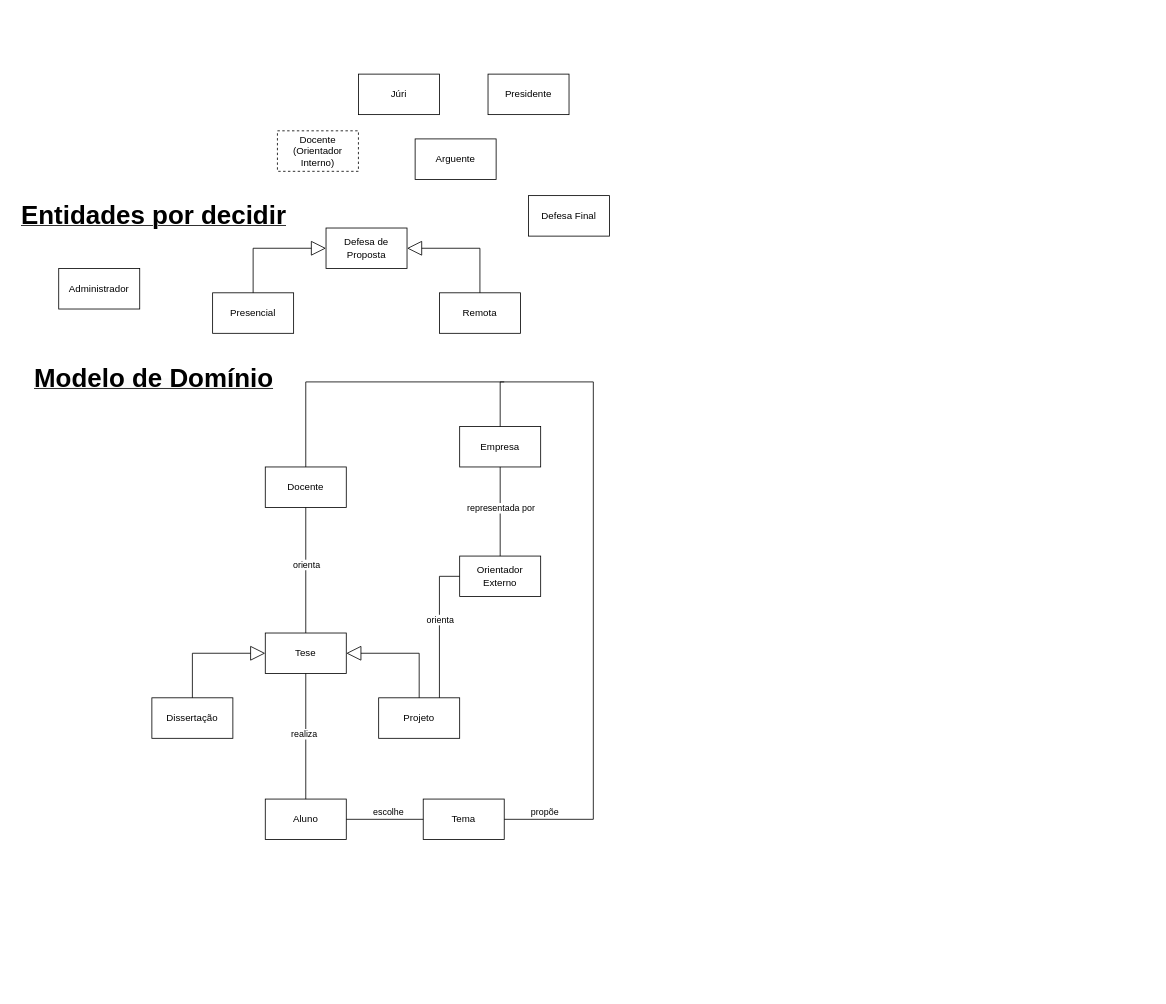
Before: docs/DomainModel.drawio in Sapientia-PT/thesisman, a draw.io diagram. Source tidied: cells renumbered, new cells numbered last; positions are measured from the earlier drawing's top-left corner, leaving out a move shared by most shapes. Both pictures are drawn from the tidied source at 81%, with x=0, y=0 at pixel (14, 74).
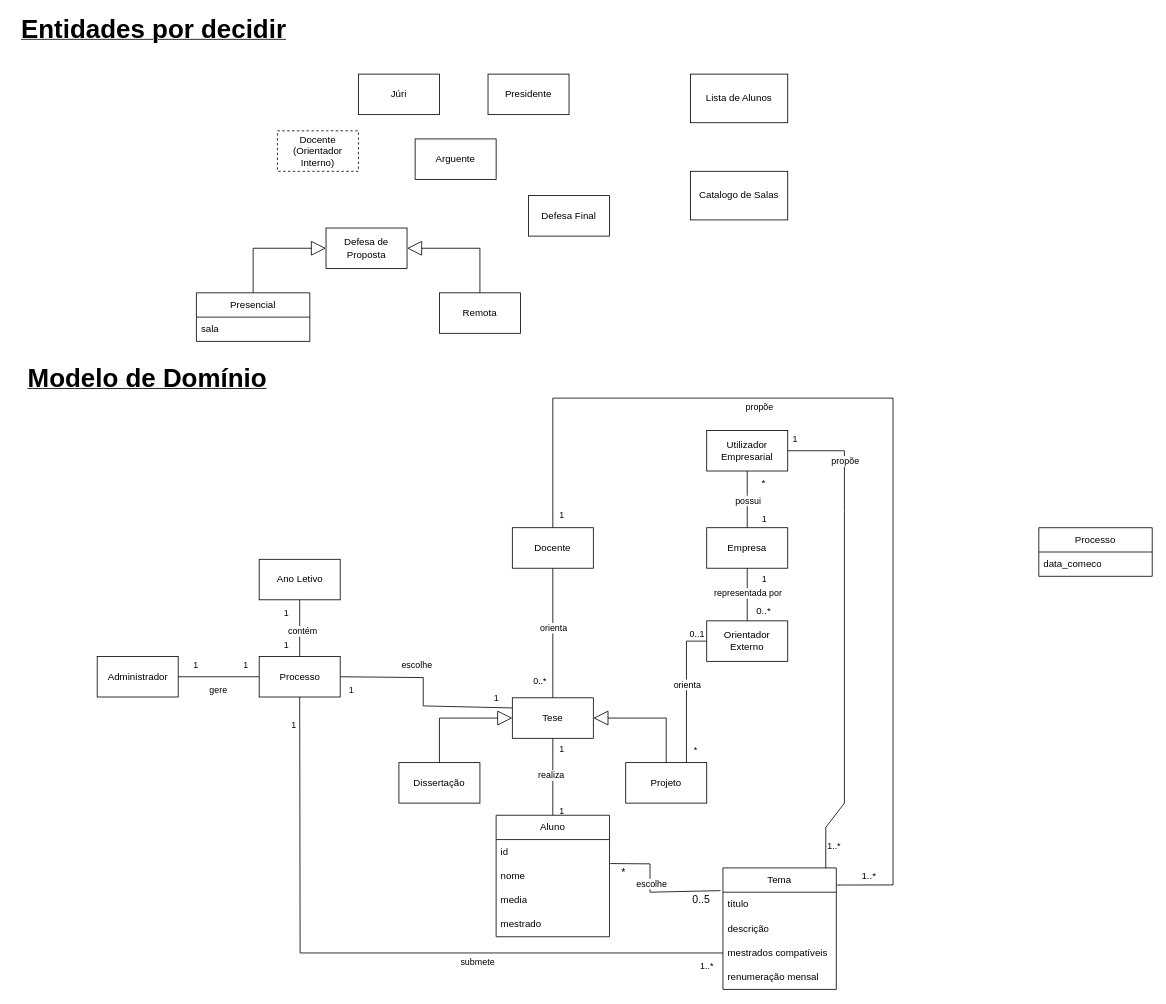
The same page after the edit.

Commit message:
avanços no domínio

Unchanged cells that the change refers to:
```xml
<mxCell id="16" style="endArrow=none;html=1;rounded=0;entryX=0.5;entryY=1;entryDx=0;entryDy=0;exitX=0.5;exitY=0;exitDx=0;exitDy=0;" parent="1" edge="1" source="2" target="9">
  <mxGeometry relative="1" as="geometry" />
</mxCell>
<mxCell id="21" style="endArrow=none;html=1;rounded=0;entryX=0.5;entryY=1;entryDx=0;entryDy=0;exitX=0.5;exitY=0;exitDx=0;exitDy=0;" parent="1" edge="1" source="18" target="10">
  <mxGeometry relative="1" as="geometry" />
</mxCell>
<mxCell id="23" style="endArrow=none;html=1;rounded=0;entryX=0.5;entryY=1;entryDx=0;entryDy=0;exitX=0.5;exitY=0;exitDx=0;exitDy=0;" parent="1" edge="1" source="7" target="2">
  <mxGeometry relative="1" as="geometry" />
</mxCell>
```

The edit, as a diff of the source:
```diff
@@
     <mxCell id="2" value="Tese" style="html=1;whiteSpace=wrap;" parent="1" vertex="1">
-      <mxGeometry x="310" y="690" width="100" height="50" as="geometry" />
+      <mxGeometry x="615" y="770" width="100" height="50" as="geometry" />
     </mxCell>
     <mxCell id="3" value="Dissertação" style="html=1;whiteSpace=wrap;" parent="1" vertex="1">
-      <mxGeometry x="170" y="770" width="100" height="50" as="geometry" />
+      <mxGeometry x="475" y="850" width="100" height="50" as="geometry" />
     </mxCell>
     <mxCell id="4" style="endArrow=block;endSize=16;endFill=0;html=1;rounded=0;entryX=0;entryY=0.5;entryDx=0;entryDy=0;exitX=0.5;exitY=0;exitDx=0;exitDy=0;" parent="1" edge="1" source="3" target="2">
       <mxGeometry relative="1" as="geometry">
         <Array as="points">
-          <mxPoint x="220" y="715" />
+          <mxPoint x="525" y="795" />
         </Array>
       </mxGeometry>
     </mxCell>
     <mxCell id="5" value="Projeto" style="html=1;whiteSpace=wrap;" parent="1" vertex="1">
-      <mxGeometry x="450" y="770" width="100" height="50" as="geometry" />
+      <mxGeometry x="755" y="850" width="100" height="50" as="geometry" />
     </mxCell>
     <mxCell id="6" style="endArrow=block;endSize=16;endFill=0;html=1;rounded=0;entryX=1;entryY=0.5;entryDx=0;entryDy=0;exitX=0.5;exitY=0;exitDx=0;exitDy=0;" parent="1" edge="1" source="5" target="2">
       <mxGeometry relative="1" as="geometry">
         <Array as="points">
-          <mxPoint x="500" y="715" />
+          <mxPoint x="805" y="795" />
         </Array>
       </mxGeometry>
     </mxCell>
-    <mxCell id="7" value="Aluno" style="rounded=0;whiteSpace=wrap;html=1;" parent="1" vertex="1">
-      <mxGeometry x="310" y="895" width="100" height="50" as="geometry" />
-    </mxCell>
     <mxCell id="8" value="Administrador" style="rounded=0;whiteSpace=wrap;html=1;" parent="1" vertex="1">
-      <mxGeometry x="55" y="240" width="100" height="50" as="geometry" />
+      <mxGeometry x="102.5" y="719" width="100" height="50" as="geometry" />
     </mxCell>
     <mxCell id="9" value="Docente" style="rounded=0;whiteSpace=wrap;html=1;" parent="1" vertex="1">
-      <mxGeometry x="310" y="485" width="100" height="50" as="geometry" />
+      <mxGeometry x="615" y="560" width="100" height="50" as="geometry" />
     </mxCell>
     <mxCell id="10" value="Empresa" style="rounded=0;whiteSpace=wrap;html=1;" parent="1" vertex="1">
-      <mxGeometry x="550" y="435" width="100" height="50" as="geometry" />
+      <mxGeometry x="855" y="560" width="100" height="50" as="geometry" />
     </mxCell>
@@
-    <mxCell id="12" value="Presencial" style="html=1;whiteSpace=wrap;" parent="1" vertex="1">
-      <mxGeometry x="245" y="270" width="100" height="50" as="geometry" />
-    </mxCell>
@@
+    <mxCell id="38" value="0..*" style="edgeLabel;html=1;align=center;verticalAlign=middle;" parent="16" vertex="1">
+      <mxGeometry x="-0.79" relative="1" as="geometry">
+        <mxPoint x="-17" y="-4" as="offset" />
+      </mxGeometry>
+    </mxCell>
     <mxCell id="18" value="Orientador Externo" style="rounded=0;whiteSpace=wrap;html=1;" parent="1" vertex="1">
-      <mxGeometry x="550" y="595" width="100" height="50" as="geometry" />
+      <mxGeometry x="855" y="675" width="100" height="50" as="geometry" />
     </mxCell>
     <mxCell id="19" style="endArrow=none;html=1;rounded=0;exitX=0.75;exitY=0;exitDx=0;exitDy=0;entryX=0;entryY=0.5;entryDx=0;entryDy=0;" parent="1" edge="1" source="5" target="18">
       <mxGeometry relative="1" as="geometry">
         <Array as="points">
-          <mxPoint x="525" y="620" />
+          <mxPoint x="830" y="700" />
         </Array>
       </mxGeometry>
     </mxCell>
@@
+    <mxCell id="39" value="0..1" style="edgeLabel;html=1;align=center;verticalAlign=middle;" parent="19" vertex="1">
+      <mxGeometry x="0.85" y="-2" relative="1" as="geometry">
+        <mxPoint y="-12" as="offset" />
+      </mxGeometry>
+    </mxCell>
+    <mxCell id="40" value="*" style="edgeLabel;html=1;align=center;verticalAlign=middle;" parent="19" vertex="1">
+      <mxGeometry x="-0.82" y="2" relative="1" as="geometry">
+        <mxPoint x="12" as="offset" />
+      </mxGeometry>
+    </mxCell>
@@
     <mxCell id="22" value="representada por" style="edgeLabel;html=1;align=center;verticalAlign=middle;" parent="21" vertex="1">
       <mxGeometry x="-0.18" y="-2" relative="1" as="geometry">
-        <mxPoint x="-2" y="-15" as="offset" />
+        <mxPoint x="-2" y="-8" as="offset" />
       </mxGeometry>
     </mxCell>
@@
+    <mxCell id="41" value="1" style="edgeLabel;html=1;align=center;verticalAlign=middle;" parent="23" vertex="1">
+      <mxGeometry x="-0.65" y="1" relative="1" as="geometry">
+        <mxPoint x="11" y="11" as="offset" />
+      </mxGeometry>
+    </mxCell>
+    <mxCell id="42" value="1" style="edgeLabel;html=1;align=center;verticalAlign=middle;" parent="23" vertex="1">
+      <mxGeometry x="0.74" y="-2" relative="1" as="geometry">
+        <mxPoint x="8" as="offset" />
+      </mxGeometry>
+    </mxCell>
     <mxCell id="25" value="&lt;u&gt;&lt;b&gt;&lt;font style=&quot;font-size: 32px;&quot;&gt;Entidades por decidir&lt;/font&gt;&lt;/b&gt;&lt;/u&gt;" style="text;html=1;align=center;verticalAlign=middle;whiteSpace=wrap;rounded=0;" parent="1" vertex="1">
-      <mxGeometry y="160" width="345" height="30" as="geometry" />
+      <mxGeometry y="-70" width="345" height="30" as="geometry" />
     </mxCell>
     <mxCell id="26" value="&lt;u style=&quot;color: rgb(0, 0, 0); font-family: Helvetica; font-size: 12px; font-style: normal; font-variant-ligatures: normal; font-variant-caps: normal; font-weight: 400; letter-spacing: normal; orphans: 2; text-align: center; text-indent: 0px; text-transform: none; widows: 2; word-spacing: 0px; -webkit-text-stroke-width: 0px; white-space: normal; background-color: rgb(251, 251, 251);&quot;&gt;&lt;b&gt;&lt;font style=&quot;font-size: 32px;&quot;&gt;Modelo de Domínio&lt;/font&gt;&lt;/b&gt;&lt;/u&gt;" style="text;whiteSpace=wrap;html=1;" parent="1" vertex="1">
-      <mxGeometry x="22.5" y="350" width="300" height="60" as="geometry" />
+      <mxGeometry x="15" y="350" width="300" height="60" as="geometry" />
     </mxCell>
@@
-    <mxCell id="29" value="Tema" style="html=1;whiteSpace=wrap;" parent="1" vertex="1">
-      <mxGeometry x="505" y="895" width="100" height="50" as="geometry" />
-    </mxCell>
-    <mxCell id="30" style="endArrow=none;html=1;rounded=0;entryX=0;entryY=0.5;entryDx=0;entryDy=0;exitX=1;exitY=0.5;exitDx=0;exitDy=0;" parent="1" edge="1" source="7" target="29">
-      <mxGeometry relative="1" as="geometry" />
+    <mxCell id="30" style="endArrow=none;html=1;rounded=0;exitX=1.007;exitY=0.987;exitDx=0;exitDy=0;exitPerimeter=0;entryX=-0.021;entryY=0.187;entryDx=0;entryDy=0;entryPerimeter=0;" parent="1" edge="1" source="81" target="29">
+      <mxGeometry relative="1" as="geometry">
+        <Array as="points">
+          <mxPoint x="785" y="975" />
+          <mxPoint x="785" y="1010" />
+        </Array>
+      </mxGeometry>
     </mxCell>
     <mxCell id="31" value="escolhe" style="edgeLabel;html=1;align=center;verticalAlign=middle;" parent="30" vertex="1">
       <mxGeometry x="0.17" y="4" relative="1" as="geometry">
-        <mxPoint x="-5" y="-6" as="offset" />
+        <mxPoint x="-14" y="-6" as="offset" />
       </mxGeometry>
     </mxCell>
+    <mxCell id="43" value="*" style="edgeLabel;html=1;align=center;verticalAlign=middle;fontSize=13;" parent="30" vertex="1">
+      <mxGeometry x="-0.71" y="-4" relative="1" as="geometry">
+        <mxPoint x="-9" y="6" as="offset" />
+      </mxGeometry>
+    </mxCell>
+    <mxCell id="44" value="0..5" style="edgeLabel;html=1;align=center;verticalAlign=middle;fontSize=13;" parent="30" vertex="1">
+      <mxGeometry x="0.6" y="-4" relative="1" as="geometry">
+        <mxPoint x="9" y="6" as="offset" />
+      </mxGeometry>
+    </mxCell>
-    <mxCell id="32" style="endArrow=none;html=1;rounded=0;exitX=1;exitY=0.5;exitDx=0;exitDy=0;entryX=0.5;entryY=0;entryDx=0;entryDy=0;" parent="1" edge="1" source="29" target="10">
+    <mxCell id="32" style="endArrow=none;html=1;rounded=0;entryX=1;entryY=0.5;entryDx=0;entryDy=0;exitX=0.907;exitY=0.007;exitDx=0;exitDy=0;exitPerimeter=0;" parent="1" edge="1" source="29" target="61">
       <mxGeometry relative="1" as="geometry">
         <Array as="points">
-          <mxPoint x="715" y="920" />
-          <mxPoint x="715" y="380" />
-          <mxPoint x="600" y="380" />
+          <mxPoint x="1002" y="930" />
+          <mxPoint x="1025" y="900" />
+          <mxPoint x="1025" y="540" />
+          <mxPoint x="1025" y="465" />
         </Array>
       </mxGeometry>
     </mxCell>
-    <mxCell id="33" value="propõe" style="edgeLabel;html=1;align=center;verticalAlign=middle;" parent="32" vertex="1">
-      <mxGeometry x="-0.88" y="-3" relative="1" as="geometry">
-        <mxPoint y="-13" as="offset" />
-      </mxGeometry>
-    </mxCell>
-    <mxCell id="34" style="endArrow=none;html=1;rounded=0;exitX=0.5;exitY=0;exitDx=0;exitDy=0;" parent="1" edge="1" source="9">
-      <mxGeometry relative="1" as="geometry">
-        <mxPoint x="605" y="380" as="targetPoint" />
-        <Array as="points">
-          <mxPoint x="360" y="380" />
-        </Array>
-      </mxGeometry>
-    </mxCell>
+    <mxCell id="45" value="propõe" style="edgeLabel;html=1;align=center;verticalAlign=middle;" parent="32" vertex="1">
+      <mxGeometry x="0.75" y="1" relative="1" as="geometry">
+        <mxPoint x="1" y="9" as="offset" />
+      </mxGeometry>
+    </mxCell>
+    <mxCell id="46" value="1" style="edgeLabel;html=1;align=center;verticalAlign=middle;" parent="32" vertex="1">
+      <mxGeometry x="0.97" relative="1" as="geometry">
+        <mxPoint y="-15" as="offset" />
+      </mxGeometry>
+    </mxCell>
+    <mxCell id="47" value="1..*" style="edgeLabel;html=1;align=center;verticalAlign=middle;" parent="32" vertex="1">
+      <mxGeometry x="-0.95" y="-1" relative="1" as="geometry">
+        <mxPoint x="9" y="-14" as="offset" />
+      </mxGeometry>
+    </mxCell>
@@
+    <mxCell id="48" value="Ano Letivo" style="rounded=0;whiteSpace=wrap;html=1;" parent="1" vertex="1">
+      <mxGeometry x="302.5" y="599" width="100" height="50" as="geometry" />
+    </mxCell>
+    <mxCell id="49" value="Processo" style="rounded=0;whiteSpace=wrap;html=1;" parent="1" vertex="1">
+      <mxGeometry x="302.5" y="719" width="100" height="50" as="geometry" />
+    </mxCell>
+    <mxCell id="50" style="endArrow=none;html=1;rounded=0;entryX=0.5;entryY=1;entryDx=0;entryDy=0;exitX=0.5;exitY=0;exitDx=0;exitDy=0;" parent="1" edge="1" source="49" target="48">
+      <mxGeometry relative="1" as="geometry" />
+    </mxCell>
+    <mxCell id="51" value="1" style="edgeLabel;html=1;align=center;verticalAlign=middle;" parent="50" vertex="1">
+      <mxGeometry x="0.54" y="1" relative="1" as="geometry">
+        <mxPoint x="-16" as="offset" />
+      </mxGeometry>
+    </mxCell>
+    <mxCell id="52" value="1" style="edgeLabel;html=1;align=center;verticalAlign=middle;" parent="50" vertex="1">
+      <mxGeometry x="-0.57" y="3" relative="1" as="geometry">
+        <mxPoint x="-14" as="offset" />
+      </mxGeometry>
+    </mxCell>
+    <mxCell id="53" value="contém" style="edgeLabel;html=1;align=center;verticalAlign=middle;" parent="50" vertex="1">
+      <mxGeometry x="-0.09" y="-2" relative="1" as="geometry">
+        <mxPoint x="1" as="offset" />
+      </mxGeometry>
+    </mxCell>
+    <mxCell id="54" style="endArrow=none;html=1;rounded=0;entryX=0;entryY=0.5;entryDx=0;entryDy=0;exitX=1;exitY=0.5;exitDx=0;exitDy=0;" parent="1" edge="1" source="8" target="49">
+      <mxGeometry relative="1" as="geometry" />
+    </mxCell>
+    <mxCell id="55" value="1" style="edgeLabel;html=1;align=center;verticalAlign=middle;" parent="54" vertex="1">
+      <mxGeometry x="0.53" y="2" relative="1" as="geometry">
+        <mxPoint x="6" y="-13" as="offset" />
+      </mxGeometry>
+    </mxCell>
+    <mxCell id="56" value="1" style="edgeLabel;html=1;align=center;verticalAlign=middle;" parent="54" vertex="1">
+      <mxGeometry x="-0.59" relative="1" as="geometry">
+        <mxPoint y="-15" as="offset" />
+      </mxGeometry>
+    </mxCell>
+    <mxCell id="57" value="gere" style="edgeLabel;html=1;align=center;verticalAlign=middle;" parent="54" vertex="1">
+      <mxGeometry x="-0.03" relative="1" as="geometry">
+        <mxPoint y="15" as="offset" />
+      </mxGeometry>
+    </mxCell>
+    <mxCell id="58" style="endArrow=none;html=1;rounded=0;exitX=0.5;exitY=0;exitDx=0;exitDy=0;entryX=1.007;entryY=0.141;entryDx=0;entryDy=0;entryPerimeter=0;" parent="1" edge="1" source="9" target="29">
+      <mxGeometry relative="1" as="geometry">
+        <Array as="points">
+          <mxPoint x="665" y="400" />
+          <mxPoint x="1085" y="400" />
+          <mxPoint x="1085" y="1001" />
+        </Array>
+      </mxGeometry>
+    </mxCell>
+    <mxCell id="59" value="propõe" style="edgeLabel;html=1;align=center;verticalAlign=middle;" parent="58" vertex="1">
+      <mxGeometry x="-0.34" y="4" relative="1" as="geometry">
+        <mxPoint x="1" y="14" as="offset" />
+      </mxGeometry>
+    </mxCell>
+    <mxCell id="60" value="1" style="edgeLabel;html=1;align=center;verticalAlign=middle;" parent="58" vertex="1">
+      <mxGeometry x="-0.96" y="-3" relative="1" as="geometry">
+        <mxPoint x="7" y="9" as="offset" />
+      </mxGeometry>
+    </mxCell>
+    <mxCell id="61" value="Utilizador Empresarial" style="rounded=0;whiteSpace=wrap;html=1;" parent="1" vertex="1">
+      <mxGeometry x="855" y="440" width="100" height="50" as="geometry" />
+    </mxCell>
+    <mxCell id="62" style="endArrow=none;html=1;rounded=0;entryX=0.5;entryY=1;entryDx=0;entryDy=0;exitX=0.5;exitY=0;exitDx=0;exitDy=0;" parent="1" edge="1" source="10" target="61">
+      <mxGeometry relative="1" as="geometry" />
+    </mxCell>
+    <mxCell id="63" value="possui" style="edgeLabel;html=1;align=center;verticalAlign=middle;" parent="62" vertex="1">
+      <mxGeometry x="-0.03" relative="1" as="geometry" />
+    </mxCell>
+    <mxCell id="64" value="1" style="edgeLabel;html=1;align=center;verticalAlign=middle;" parent="1" vertex="1">
+      <mxGeometry x="920" y="550" as="geometry">
+        <mxPoint x="5" y="-2" as="offset" />
+      </mxGeometry>
+    </mxCell>
+    <mxCell id="65" value="*" style="text;html=1;align=center;verticalAlign=middle;strokeColor=none;fillColor=none;" parent="1" vertex="1">
+      <mxGeometry x="910" y="490" width="30" height="30" as="geometry" />
+    </mxCell>
+    <mxCell id="66" value="1" style="edgeLabel;html=1;align=center;verticalAlign=middle;" parent="1" vertex="1">
+      <mxGeometry x="930" y="560" as="geometry">
+        <mxPoint x="-5" y="62" as="offset" />
+      </mxGeometry>
+    </mxCell>
+    <mxCell id="67" value="0..*" style="text;html=1;align=center;verticalAlign=middle;strokeColor=none;fillColor=none;" parent="1" vertex="1">
+      <mxGeometry x="905" y="648" width="40" height="30" as="geometry" />
+    </mxCell>
+    <mxCell id="68" value="1..*" style="text;html=1;align=center;verticalAlign=middle;strokeColor=none;fillColor=none;" parent="1" vertex="1">
+      <mxGeometry x="1035" y="975" width="40" height="30" as="geometry" />
+    </mxCell>
+    <mxCell id="69" style="endArrow=none;html=1;rounded=0;entryX=0.5;entryY=1;entryDx=0;entryDy=0;exitX=0;exitY=0.5;exitDx=0;exitDy=0;" parent="1" edge="1" source="79" target="49">
+      <mxGeometry relative="1" as="geometry">
+        <Array as="points">
+          <mxPoint x="353" y="1085" />
+        </Array>
+      </mxGeometry>
+    </mxCell>
+    <mxCell id="70" value="submete" style="edgeLabel;html=1;align=center;verticalAlign=middle;" parent="69" vertex="1">
+      <mxGeometry x="-0.29" y="-3" relative="1" as="geometry">
+        <mxPoint x="-7" y="13" as="offset" />
+      </mxGeometry>
+    </mxCell>
+    <mxCell id="71" value="1" style="edgeLabel;html=1;align=center;verticalAlign=middle;" parent="69" vertex="1">
+      <mxGeometry x="0.92" y="2" relative="1" as="geometry">
+        <mxPoint x="-6" as="offset" />
+      </mxGeometry>
+    </mxCell>
+    <mxCell id="72" value="1..*" style="edgeLabel;html=1;align=center;verticalAlign=middle;" parent="69" vertex="1">
+      <mxGeometry x="-0.94" y="3" relative="1" as="geometry">
+        <mxPoint x="4" y="12" as="offset" />
+      </mxGeometry>
+    </mxCell>
+    <mxCell id="73" style="endArrow=none;html=1;rounded=0;entryX=0;entryY=0.25;entryDx=0;entryDy=0;exitX=1;exitY=0.5;exitDx=0;exitDy=0;" parent="1" edge="1" source="49" target="2">
+      <mxGeometry relative="1" as="geometry">
+        <Array as="points">
+          <mxPoint x="505" y="745" />
+          <mxPoint x="505" y="780" />
+        </Array>
+      </mxGeometry>
+    </mxCell>
+    <mxCell id="74" value="1" style="edgeLabel;html=1;align=center;verticalAlign=middle;" parent="73" vertex="1">
+      <mxGeometry x="-0.8" y="-1" relative="1" as="geometry">
+        <mxPoint x="-12" y="14" as="offset" />
+      </mxGeometry>
+    </mxCell>
+    <mxCell id="75" value="1" style="edgeLabel;html=1;align=center;verticalAlign=middle;" parent="73" vertex="1">
+      <mxGeometry x="0.77" y="2" relative="1" as="geometry">
+        <mxPoint x="8" y="-10" as="offset" />
+      </mxGeometry>
+    </mxCell>
+    <mxCell id="76" value="escolhe" style="edgeLabel;html=1;align=center;verticalAlign=middle;" parent="73" vertex="1">
+      <mxGeometry x="-0.3" y="-2" relative="1" as="geometry">
+        <mxPoint x="7" y="-17" as="offset" />
+      </mxGeometry>
+    </mxCell>
+    <mxCell id="29" value="Tema" style="swimlane;fontStyle=0;horizontal=1;startSize=30;whiteSpace=wrap;html=1;" parent="1" vertex="1">
+      <mxGeometry x="875" y="980" width="140" height="150" as="geometry" />
+    </mxCell>
+    <mxCell id="77" value="título" style="text;strokeColor=none;fillColor=none;align=left;verticalAlign=middle;spacingLeft=4;spacingRight=4;overflow=hidden;whiteSpace=wrap;html=1;" parent="29" vertex="1">
+      <mxGeometry y="30" width="140" height="30" as="geometry" />
+    </mxCell>
+    <mxCell id="78" value="descrição" style="text;strokeColor=none;fillColor=none;align=left;verticalAlign=middle;spacingLeft=4;spacingRight=4;overflow=hidden;whiteSpace=wrap;html=1;" parent="29" vertex="1">
+      <mxGeometry y="60" width="140" height="30" as="geometry" />
+    </mxCell>
+    <mxCell id="79" value="mestrados compatíveis" style="text;strokeColor=none;fillColor=none;align=left;verticalAlign=middle;spacingLeft=4;spacingRight=4;overflow=hidden;points=[[0,0.5],[1,0.5]];portConstraint=eastwest;whiteSpace=wrap;html=1;" parent="29" vertex="1">
+      <mxGeometry y="90" width="140" height="30" as="geometry" />
+    </mxCell>
+    <mxCell id="80" value="renumeração mensal" style="text;strokeColor=none;fillColor=none;align=left;verticalAlign=middle;spacingLeft=4;spacingRight=4;overflow=hidden;whiteSpace=wrap;html=1;" parent="29" vertex="1">
+      <mxGeometry y="120" width="140" height="30" as="geometry" />
+    </mxCell>
+    <mxCell id="7" value="Aluno" style="swimlane;fontStyle=0;horizontal=1;startSize=30;whiteSpace=wrap;html=1;" parent="1" vertex="1">
+      <mxGeometry x="595" y="915" width="140" height="150" as="geometry" />
+    </mxCell>
+    <mxCell id="81" value="id" style="text;strokeColor=none;fillColor=none;align=left;verticalAlign=middle;spacingLeft=4;spacingRight=4;overflow=hidden;points=[[0,0.5],[1,0.5]];portConstraint=eastwest;whiteSpace=wrap;html=1;" parent="7" vertex="1">
+      <mxGeometry y="30" width="140" height="30" as="geometry" />
+    </mxCell>
+    <mxCell id="82" value="nome" style="text;strokeColor=none;fillColor=none;align=left;verticalAlign=middle;spacingLeft=4;spacingRight=4;overflow=hidden;whiteSpace=wrap;html=1;" parent="7" vertex="1">
+      <mxGeometry y="60" width="140" height="30" as="geometry" />
+    </mxCell>
+    <mxCell id="83" value="media" style="text;strokeColor=none;fillColor=none;align=left;verticalAlign=middle;spacingLeft=4;spacingRight=4;overflow=hidden;whiteSpace=wrap;html=1;" parent="7" vertex="1">
+      <mxGeometry y="90" width="140" height="30" as="geometry" />
+    </mxCell>
+    <mxCell id="84" value="mestrado" style="text;strokeColor=none;fillColor=none;align=left;verticalAlign=middle;spacingLeft=4;spacingRight=4;overflow=hidden;whiteSpace=wrap;html=1;" parent="7" vertex="1">
+      <mxGeometry y="120" width="140" height="30" as="geometry" />
+    </mxCell>
+    <mxCell id="85" value="Processo" style="swimlane;fontStyle=0;horizontal=1;startSize=30;whiteSpace=wrap;html=1;" parent="1" vertex="1">
+      <mxGeometry x="1265" y="560" width="140" height="60" as="geometry" />
+    </mxCell>
+    <mxCell id="86" value="data_comeco" style="text;strokeColor=none;fillColor=none;align=left;verticalAlign=middle;spacingLeft=4;spacingRight=4;overflow=hidden;whiteSpace=wrap;html=1;" parent="85" vertex="1">
+      <mxGeometry y="30" width="140" height="30" as="geometry" />
+    </mxCell>
+    <mxCell id="12" value="Presencial" style="swimlane;fontStyle=0;horizontal=1;startSize=30;whiteSpace=wrap;html=1;" parent="1" vertex="1">
+      <mxGeometry x="225" y="270" width="140" height="60" as="geometry" />
+    </mxCell>
+    <mxCell id="87" value="sala" style="text;strokeColor=none;fillColor=none;align=left;verticalAlign=middle;spacingLeft=4;spacingRight=4;overflow=hidden;whiteSpace=wrap;html=1;" parent="12" vertex="1">
+      <mxGeometry y="30" width="140" height="30" as="geometry" />
+    </mxCell>
+    <mxCell id="88" value="Catalogo de Salas" style="whiteSpace=wrap;html=1;" parent="1" vertex="1">
+      <mxGeometry x="835" y="120" width="120" height="60" as="geometry" />
+    </mxCell>
+    <mxCell id="89" value="Lista de Alunos" style="whiteSpace=wrap;html=1;" parent="1" vertex="1">
+      <mxGeometry x="835" width="120" height="60" as="geometry" />
+    </mxCell>
```
